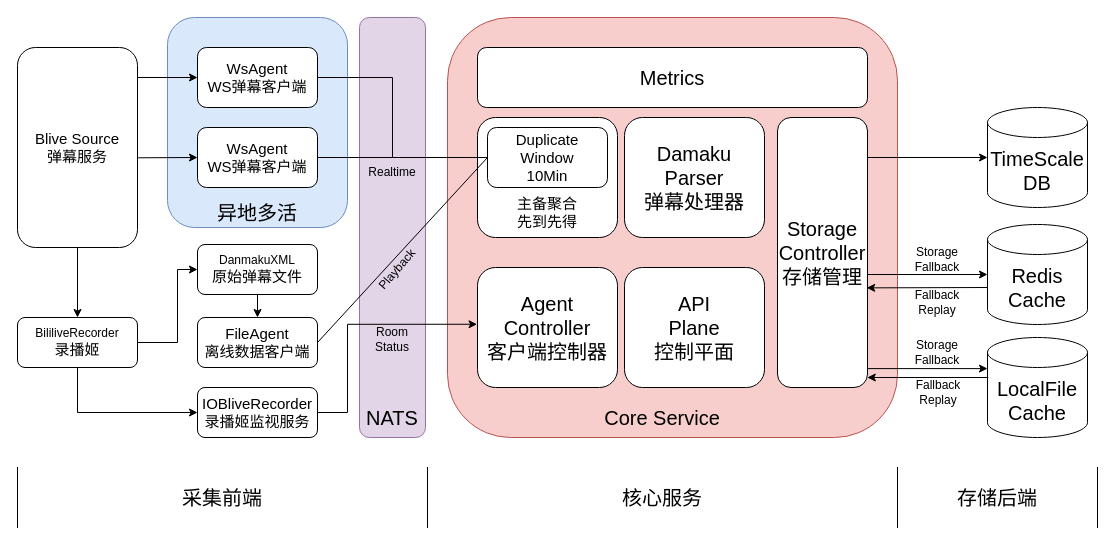
Above: page "io-blive-damaku" (2 of 2) of docs/biliCenter.drawio in TiyaAnlite/FocotServices (draw.io), before the change. Source tidied: cells renumbered, new cells numbered last; positions are measured from the earlier drawing's top-left corner, leaving out a move shared by most shapes. Both pictures are drawn from the tidied source at 100%, with x=0, y=0 at pixel (17, 17).
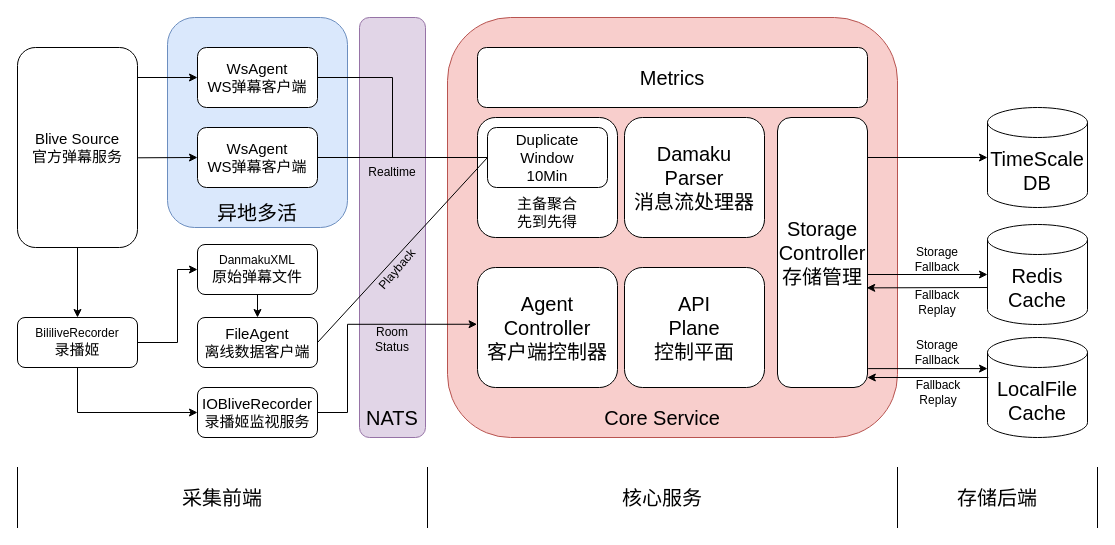
The same diagram, later.

What changed in the source:
```diff
@@
-    <mxCell id="7" value="&lt;font style=&quot;font-size: 15px;&quot;&gt;Blive Source&lt;/font&gt;&lt;div&gt;&lt;font style=&quot;font-size: 15px;&quot;&gt;弹幕服务&lt;/font&gt;&lt;/div&gt;" style="rounded=1;whiteSpace=wrap;html=1;" parent="1" vertex="1">
+    <mxCell id="7" value="&lt;font style=&quot;font-size: 15px;&quot;&gt;Blive Source&lt;/font&gt;&lt;div&gt;&lt;font style=&quot;font-size: 15px;&quot;&gt;官方弹幕服务&lt;/font&gt;&lt;/div&gt;" style="rounded=1;whiteSpace=wrap;html=1;" parent="1" vertex="1">
       <mxGeometry y="30" width="120" height="200" as="geometry" />
     </mxCell>
@@
-    <mxCell id="33" value="Damaku Parser&lt;div&gt;弹幕处理器&lt;/div&gt;" style="rounded=1;whiteSpace=wrap;html=1;fontSize=20;" parent="1" vertex="1">
+    <mxCell id="33" value="Damaku Parser&lt;div&gt;消息流处理器&lt;/div&gt;" style="rounded=1;whiteSpace=wrap;html=1;fontSize=20;" parent="1" vertex="1">
       <mxGeometry x="607" y="100" width="140" height="120" as="geometry" />
     </mxCell>
```
